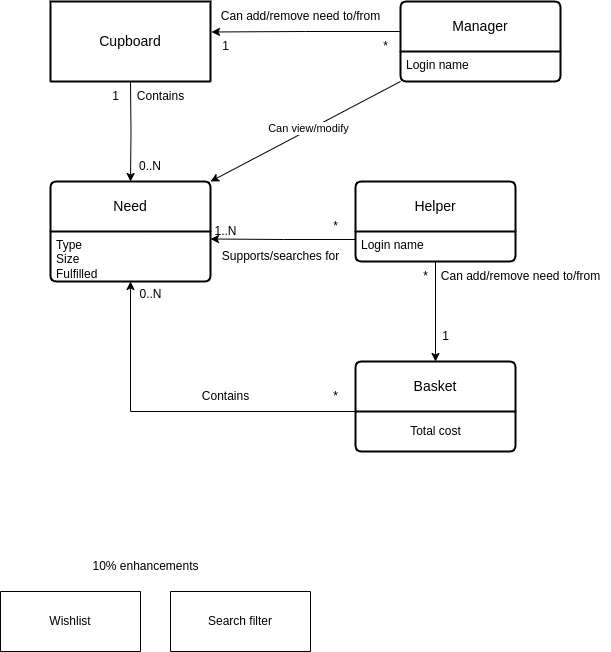
lila00245/team-project-2245-swen-261-07-a-chaoscontrol keeps this draw.io diagram as docs/Food-bank-domain-model.png. Above is the earlier version. Source tidied: cells renumbered, new cells last; positions are measured from the earlier drawing's top-left corner, leaving out a move shared by most shapes. The source it was exported from:
```xml
<mxGraphModel>
  <root>
    <mxCell id="0" />
    <mxCell id="1" parent="0" />
    <mxCell id="2" value="Need" style="swimlane;horizontal=1;startSize=50;rounded=1;fontSize=14;fontStyle=0;strokeWidth=2;shadow=0;dashed=0;align=center;arcSize=4;whiteSpace=wrap;html=1;" parent="1" vertex="1">
      <mxGeometry x="50" y="180" width="160" height="100" as="geometry" />
    </mxCell>
    <mxCell id="3" value="Type&lt;br&gt;Size&lt;br&gt;Fulfilled" style="align=left;strokeColor=none;fillColor=none;spacingLeft=4;fontSize=12;verticalAlign=top;html=1;" parent="2" vertex="1">
      <mxGeometry y="50" width="160" height="50" as="geometry" />
    </mxCell>
    <mxCell id="4" value="Cupboard" style="swimlane;horizontal=1;startSize=80;rounded=1;fontSize=14;fontStyle=0;strokeWidth=2;shadow=0;dashed=0;align=center;arcSize=4;whiteSpace=wrap;html=1;" parent="1" vertex="1">
      <mxGeometry x="50" width="160" height="80" as="geometry" />
    </mxCell>
    <mxCell id="5" style="edgeStyle=orthogonalEdgeStyle;rounded=0;jettySize=auto;html=1;exitX=0.5;exitY=1;exitDx=0;exitDy=0;entryX=0.5;entryY=0;entryDx=0;entryDy=0;" parent="1" edge="1" target="2">
      <mxGeometry relative="1" as="geometry">
        <mxPoint x="130" y="80" as="sourcePoint" />
      </mxGeometry>
    </mxCell>
    <mxCell id="6" value="0..N" style="text;html=1;align=center;verticalAlign=middle;whiteSpace=wrap;rounded=0;" parent="1" vertex="1">
      <mxGeometry x="120" y="150" width="60" height="30" as="geometry" />
    </mxCell>
    <mxCell id="7" value="Helper" style="swimlane;horizontal=1;startSize=50;rounded=1;fontSize=14;fontStyle=0;strokeWidth=2;shadow=0;dashed=0;align=center;arcSize=4;whiteSpace=wrap;html=1;" parent="1" vertex="1">
      <mxGeometry x="355" y="180" width="160" height="80" as="geometry" />
    </mxCell>
    <mxCell id="8" value="Login name" style="align=left;strokeColor=none;fillColor=none;spacingLeft=4;fontSize=12;verticalAlign=top;html=1;" parent="7" vertex="1">
      <mxGeometry y="50" width="160" height="30" as="geometry" />
    </mxCell>
    <mxCell id="9" style="edgeStyle=orthogonalEdgeStyle;rounded=0;orthogonalLoop=1;jettySize=auto;html=1;exitX=0;exitY=0.25;exitDx=0;exitDy=0;entryX=1;entryY=0.25;entryDx=0;entryDy=0;" parent="1" edge="1">
      <mxGeometry relative="1" as="geometry">
        <mxPoint x="355" y="232.5" as="sourcePoint" />
        <mxPoint x="210" y="237.5" as="targetPoint" />
        <Array as="points">
          <mxPoint x="355" y="238" />
          <mxPoint x="283" y="238" />
        </Array>
      </mxGeometry>
    </mxCell>
    <mxCell id="10" value="Supports/searches for" style="text;html=1;align=center;verticalAlign=middle;strokeColor=none;fillColor=none;" parent="1" vertex="1">
      <mxGeometry x="210" y="240" width="140" height="30" as="geometry" />
    </mxCell>
    <mxCell id="11" value="1..N" style="text;html=1;align=center;verticalAlign=middle;strokeColor=none;fillColor=none;" parent="1" vertex="1">
      <mxGeometry x="200" y="215" width="50" height="30" as="geometry" />
    </mxCell>
    <mxCell id="12" style="edgeStyle=orthogonalEdgeStyle;rounded=0;jettySize=auto;html=1;exitX=0;exitY=0.5;exitDx=0;exitDy=0;entryX=0.5;entryY=1;entryDx=0;entryDy=0;" parent="1" edge="1" source="13" target="3">
      <mxGeometry relative="1" as="geometry">
        <Array as="points">
          <mxPoint x="355" y="410" />
          <mxPoint x="130" y="410" />
        </Array>
      </mxGeometry>
    </mxCell>
    <mxCell id="13" value="Basket" style="swimlane;horizontal=1;startSize=50;rounded=1;fontSize=14;fontStyle=0;strokeWidth=2;shadow=0;dashed=0;align=center;arcSize=4;whiteSpace=wrap;html=1;" parent="1" vertex="1">
      <mxGeometry x="355" y="360" width="160" height="90" as="geometry" />
    </mxCell>
    <mxCell id="14" value="Total cost" style="text;html=1;align=center;verticalAlign=middle;strokeColor=none;fillColor=none;" parent="13" vertex="1">
      <mxGeometry y="50" width="160" height="40" as="geometry" />
    </mxCell>
    <mxCell id="15" value="Manager" style="swimlane;horizontal=1;startSize=50;rounded=1;fontSize=14;fontStyle=0;strokeWidth=2;shadow=0;dashed=0;align=center;arcSize=4;whiteSpace=wrap;html=1;" parent="1" vertex="1">
      <mxGeometry x="400" width="160" height="80" as="geometry" />
    </mxCell>
    <mxCell id="16" value="Login name&lt;div&gt;&lt;br&gt;&lt;/div&gt;" style="align=left;strokeColor=none;fillColor=none;spacingLeft=4;fontSize=12;verticalAlign=top;html=1;" parent="15" vertex="1">
      <mxGeometry y="50" width="160" height="30" as="geometry" />
    </mxCell>
    <mxCell id="17" style="edgeStyle=orthogonalEdgeStyle;rounded=0;jettySize=auto;html=1;exitX=0.5;exitY=1;exitDx=0;exitDy=0;entryX=0.5;entryY=0;entryDx=0;entryDy=0;" parent="1" edge="1" source="8" target="13">
      <mxGeometry relative="1" as="geometry" />
    </mxCell>
    <mxCell id="18" value="1" style="text;html=1;align=center;verticalAlign=middle;strokeColor=none;fillColor=none;" parent="1" vertex="1">
      <mxGeometry x="430" y="320" width="30" height="30" as="geometry" />
    </mxCell>
    <mxCell id="19" value="Contains" style="text;html=1;align=center;verticalAlign=middle;strokeColor=none;fillColor=none;" parent="1" vertex="1">
      <mxGeometry x="190" y="380" width="70" height="30" as="geometry" />
    </mxCell>
    <mxCell id="20" style="edgeStyle=orthogonalEdgeStyle;rounded=0;jettySize=auto;html=1;exitX=0;exitY=0;exitDx=0;exitDy=0;entryX=1.006;entryY=0.381;entryDx=0;entryDy=0;entryPerimeter=0;" parent="1" edge="1" source="16" target="4">
      <mxGeometry relative="1" as="geometry" />
    </mxCell>
    <mxCell id="21" value="Can add/remove need to/from" style="text;html=1;align=center;verticalAlign=middle;strokeColor=none;fillColor=none;" parent="1" vertex="1">
      <mxGeometry x="210" width="180" height="30" as="geometry" />
    </mxCell>
    <mxCell id="22" value="0..N" style="text;html=1;align=center;verticalAlign=middle;strokeColor=none;fillColor=none;" parent="1" vertex="1">
      <mxGeometry x="125" y="278" width="50" height="30" as="geometry" />
    </mxCell>
    <mxCell id="23" value="Can add/remove need to/from" style="text;html=1;align=center;verticalAlign=middle;strokeColor=none;fillColor=none;" parent="1" vertex="1">
      <mxGeometry x="430" y="260" width="180" height="30" as="geometry" />
    </mxCell>
    <mxCell id="24" value="Contains" style="text;html=1;align=center;verticalAlign=middle;strokeColor=none;fillColor=none;" parent="1" vertex="1">
      <mxGeometry x="125" y="80" width="70" height="30" as="geometry" />
    </mxCell>
    <mxCell id="25" value="1" style="text;html=1;align=center;verticalAlign=middle;strokeColor=none;fillColor=none;" parent="1" vertex="1">
      <mxGeometry x="210" y="30" width="30" height="30" as="geometry" />
    </mxCell>
    <mxCell id="26" value="*" style="text;html=1;align=center;verticalAlign=middle;strokeColor=none;fillColor=none;" parent="1" vertex="1">
      <mxGeometry x="370" y="30" width="30" height="30" as="geometry" />
    </mxCell>
    <mxCell id="27" value="1" style="text;html=1;align=center;verticalAlign=middle;strokeColor=none;fillColor=none;" parent="1" vertex="1">
      <mxGeometry x="100" y="80" width="30" height="30" as="geometry" />
    </mxCell>
    <mxCell id="28" value="*" style="text;html=1;align=center;verticalAlign=middle;strokeColor=none;fillColor=none;" parent="1" vertex="1">
      <mxGeometry x="320" y="210" width="30" height="30" as="geometry" />
    </mxCell>
    <mxCell id="29" value="*" style="text;html=1;align=center;verticalAlign=middle;strokeColor=none;fillColor=none;" parent="1" vertex="1">
      <mxGeometry x="410" y="260" width="30" height="30" as="geometry" />
    </mxCell>
    <mxCell id="30" value="*" style="text;html=1;align=center;verticalAlign=middle;strokeColor=none;fillColor=none;" parent="1" vertex="1">
      <mxGeometry x="320" y="380" width="30" height="30" as="geometry" />
    </mxCell>
    <mxCell id="31" value="Wishlist" style="swimlane;fontStyle=0;horizontal=1;startSize=60;whiteSpace=wrap;html=1;" parent="1" vertex="1">
      <mxGeometry y="590" width="140" height="60" as="geometry" />
    </mxCell>
    <mxCell id="32" value="10% enhancements" style="text;html=1;align=center;verticalAlign=middle;strokeColor=none;fillColor=none;" parent="1" vertex="1">
      <mxGeometry x="80" y="550" width="130" height="30" as="geometry" />
    </mxCell>
    <mxCell id="33" value="Search filter" style="swimlane;fontStyle=0;horizontal=1;startSize=60;whiteSpace=wrap;html=1;" parent="1" vertex="1">
      <mxGeometry x="170" y="590" width="140" height="60" as="geometry" />
    </mxCell>
    <mxCell id="34" style="endArrow=classic;html=1;rounded=0;entryX=1;entryY=0;entryDx=0;entryDy=0;exitX=0;exitY=1;exitDx=0;exitDy=0;" parent="1" edge="1" source="16" target="2">
      <mxGeometry relative="1" as="geometry" />
    </mxCell>
    <mxCell id="35" value="Can view/modify" style="edgeLabel;html=1;align=center;verticalAlign=middle;" parent="34" vertex="1">
      <mxGeometry x="-0.04" y="-2" relative="1" as="geometry" />
    </mxCell>
  </root>
</mxGraphModel>
```
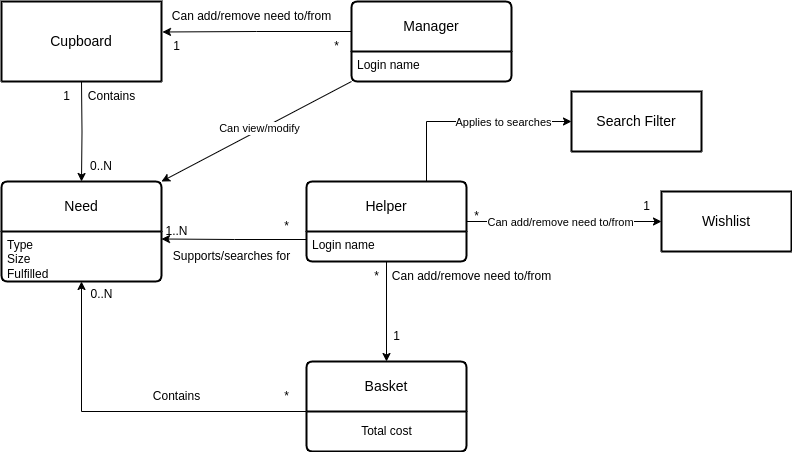
After the change.

Diff of the diagram source:
```diff
@@ -19,6 +19,25 @@
     <mxCell id="6" value="0..N" style="text;html=1;align=center;verticalAlign=middle;whiteSpace=wrap;rounded=0;" parent="1" vertex="1">
       <mxGeometry x="120" y="150" width="60" height="30" as="geometry" />
     </mxCell>
+    <mxCell id="36" style="edgeStyle=orthogonalEdgeStyle;rounded=0;jettySize=auto;html=1;exitX=1;exitY=0.5;exitDx=0;exitDy=0;" parent="1" edge="1" source="7" target="31">
+      <mxGeometry relative="1" as="geometry" />
+    </mxCell>
+    <mxCell id="37" value="Can add/remove need to/from" style="edgeLabel;html=1;align=center;verticalAlign=middle;" parent="36" vertex="1">
+      <mxGeometry x="-0.05" relative="1" as="geometry" />
+    </mxCell>
+    <mxCell id="38" style="edgeStyle=orthogonalEdgeStyle;rounded=0;jettySize=auto;html=1;exitX=0.75;exitY=0;exitDx=0;exitDy=0;entryX=0;entryY=0.5;entryDx=0;entryDy=0;" parent="1" edge="1" source="7" target="42">
+      <mxGeometry relative="1" as="geometry">
+        <Array as="points">
+          <mxPoint x="475" y="120" />
+          <mxPoint x="600" y="120" />
+        </Array>
+      </mxGeometry>
+    </mxCell>
+    <mxCell id="39" value="Applies to searches" style="edgeLabel;html=1;align=center;verticalAlign=middle;" parent="38" vertex="1">
+      <mxGeometry x="0.12" y="-1" relative="1" as="geometry">
+        <mxPoint x="21" y="-1" as="offset" />
+      </mxGeometry>
+    </mxCell>
     <mxCell id="7" value="Helper" style="swimlane;horizontal=1;startSize=50;rounded=1;fontSize=14;fontStyle=0;strokeWidth=2;shadow=0;dashed=0;align=center;arcSize=4;whiteSpace=wrap;html=1;" parent="1" vertex="1">
       <mxGeometry x="355" y="180" width="160" height="80" as="geometry" />
     </mxCell>
@@ -103,20 +122,23 @@
     <mxCell id="30" value="*" style="text;html=1;align=center;verticalAlign=middle;strokeColor=none;fillColor=none;" parent="1" vertex="1">
       <mxGeometry x="320" y="380" width="30" height="30" as="geometry" />
     </mxCell>
-    <mxCell id="31" value="Wishlist" style="swimlane;fontStyle=0;horizontal=1;startSize=60;whiteSpace=wrap;html=1;" parent="1" vertex="1">
-      <mxGeometry y="590" width="140" height="60" as="geometry" />
-    </mxCell>
-    <mxCell id="32" value="10% enhancements" style="text;html=1;align=center;verticalAlign=middle;strokeColor=none;fillColor=none;" parent="1" vertex="1">
-      <mxGeometry x="80" y="550" width="130" height="30" as="geometry" />
-    </mxCell>
-    <mxCell id="33" value="Search filter" style="swimlane;fontStyle=0;horizontal=1;startSize=60;whiteSpace=wrap;html=1;" parent="1" vertex="1">
-      <mxGeometry x="170" y="590" width="140" height="60" as="geometry" />
-    </mxCell>
     <mxCell id="34" style="endArrow=classic;html=1;rounded=0;entryX=1;entryY=0;entryDx=0;entryDy=0;exitX=0;exitY=1;exitDx=0;exitDy=0;" parent="1" edge="1" source="16" target="2">
       <mxGeometry relative="1" as="geometry" />
     </mxCell>
     <mxCell id="35" value="Can view/modify" style="edgeLabel;html=1;align=center;verticalAlign=middle;" parent="34" vertex="1">
       <mxGeometry x="-0.04" y="-2" relative="1" as="geometry" />
     </mxCell>
+    <mxCell id="31" value="Wishlist" style="swimlane;horizontal=1;startSize=80;rounded=1;fontSize=14;fontStyle=0;strokeWidth=2;shadow=0;dashed=0;align=center;arcSize=4;whiteSpace=wrap;html=1;" parent="1" vertex="1">
+      <mxGeometry x="710" y="190" width="130" height="60" as="geometry" />
+    </mxCell>
+    <mxCell id="40" value="*" style="text;html=1;align=center;verticalAlign=middle;strokeColor=none;fillColor=none;" parent="1" vertex="1">
+      <mxGeometry x="510" y="200" width="30" height="30" as="geometry" />
+    </mxCell>
+    <mxCell id="41" value="1" style="text;html=1;align=center;verticalAlign=middle;strokeColor=none;fillColor=none;" parent="1" vertex="1">
+      <mxGeometry x="680" y="190" width="30" height="30" as="geometry" />
+    </mxCell>
+    <mxCell id="42" value="Search Filter" style="swimlane;horizontal=1;startSize=80;rounded=1;fontSize=14;fontStyle=0;strokeWidth=2;shadow=0;dashed=0;align=center;arcSize=4;whiteSpace=wrap;html=1;" parent="1" vertex="1">
+      <mxGeometry x="620" y="90" width="130" height="60" as="geometry" />
+    </mxCell>
   </root>
 </mxGraphModel>
```
